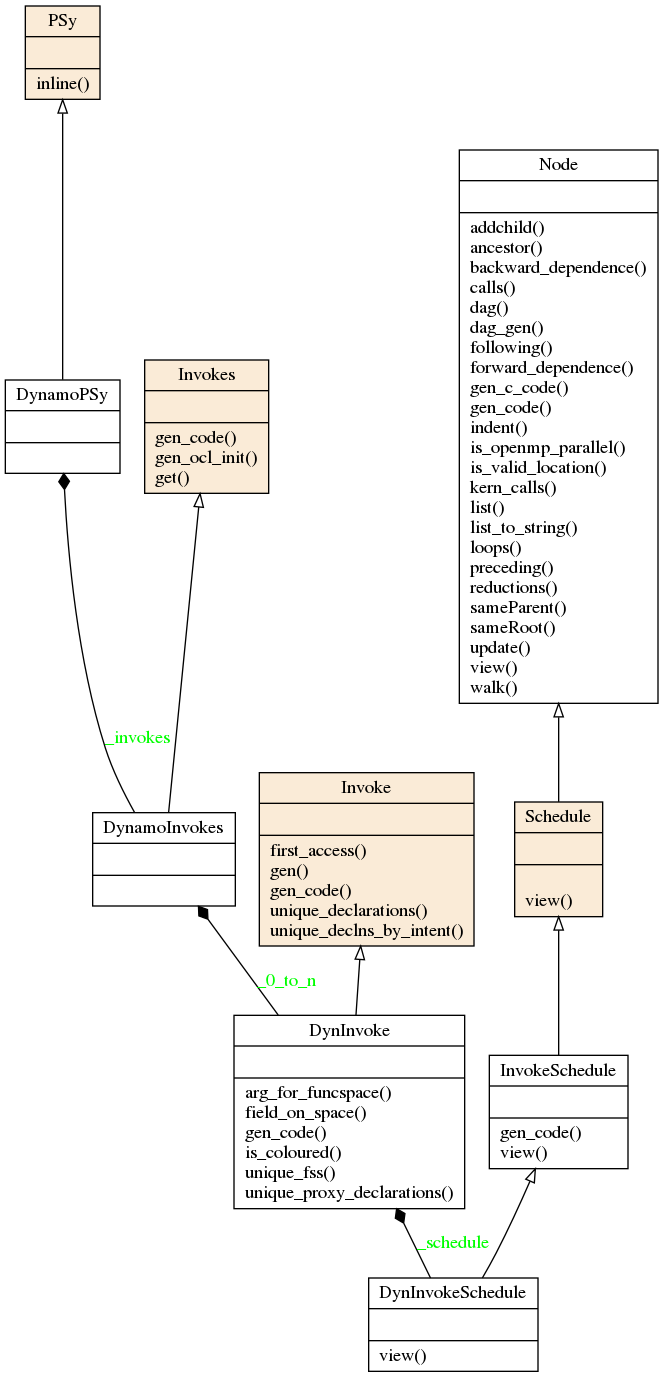
Earlier version of the Graphviz export doc/dynamo0p3_topclasses.png (stfc/PSyclone). Its source is kept beside it as doc/dynamo0p3_topclasses.dot.
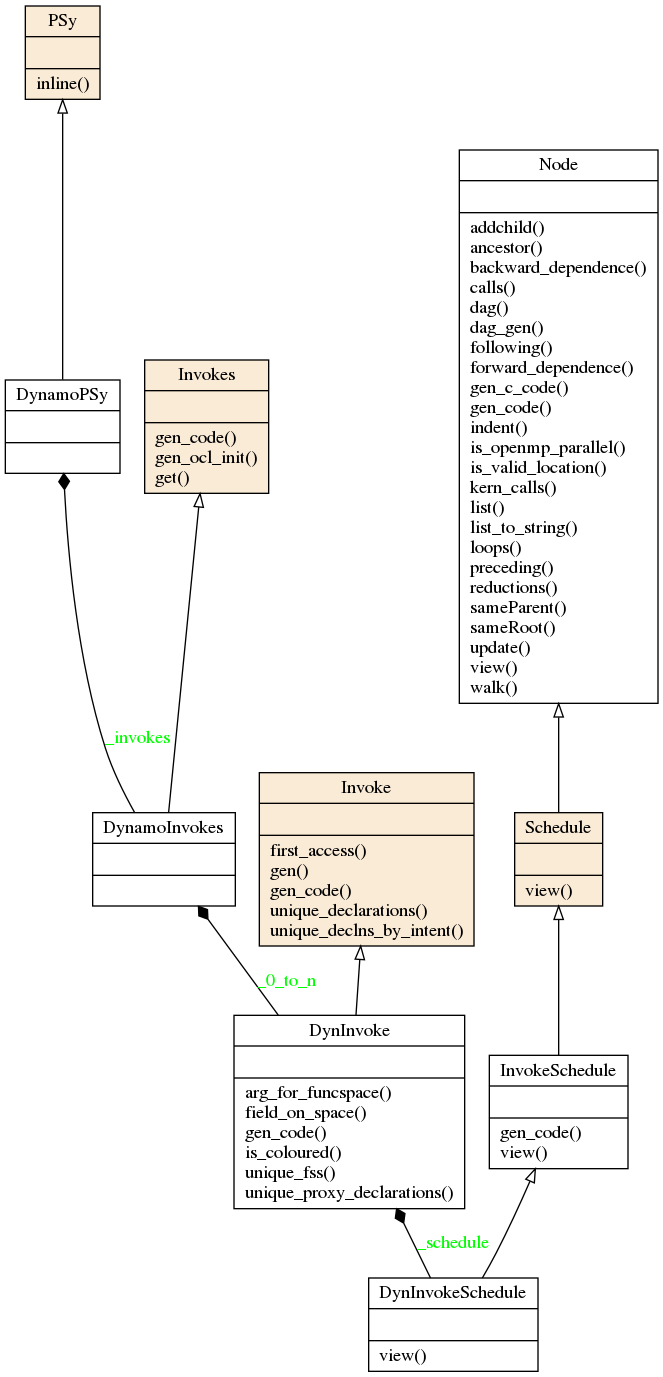
After the commit.

The edit, as a diff of the source:
```diff
@@ -2,25 +2,25 @@
 charset="utf-8"
 rankdir=BT
 
-"12" [label="{DynInvoke|\l|arg_for_funcspace()\lfield_on_space()\lgen_code()\lis_coloured()\lunique_fss()\lunique_proxy_declarations()\l}", shape="record"];
-"16" [label="{DynInvokeSchedule|\l|view()\l}", shape="record"];
-"26" [label="{DynamoInvokes|\l|}", shape="record"];
-"27" [label="{DynamoPSy|\l|}", shape="record"];
-"36" [label="{Invoke|\l|first_access()\lgen()\lgen_code()\lunique_declarations()\lunique_declns_by_intent()\l}", shape="record", style=filled, fillcolor="antiquewhite"];
-"37" [label="{InvokeSchedule|\l|gen_code()\lview()\l}", shape="record"];
-"38" [label="{Invokes|\l|gen_code()\lgen_ocl_init()\lget()\l}", shape="record", style=filled, fillcolor="antiquewhite"];
-"45" [label="{Node|\l|addchild()\lancestor()\lbackward_dependence()\lcalls()\ldag()\ldag_gen()\lfollowing()\lforward_dependence()\lgen_c_code()\lgen_code()\lindent()\lis_openmp_parallel()\lis_valid_location()\lkern_calls()\llist()\llist_to_string()\lloops()\lpreceding()\lreductions()\lsameParent()\lsameRoot()\lupdate()\lview()\lwalk()\l}", shape="record"];
-"46" [label="{PSy|\l|inline()\l}", shape="record", style=filled, fillcolor="antiquewhite"];
-"47" [label="{Schedule|\l|\lview()\l}", shape="record", style=filled, fillcolor="antiquewhite"];
+"20" [label="{DynInvoke|\l|arg_for_funcspace()\lfield_on_space()\lgen_code()\lis_coloured()\lunique_fss()\lunique_proxy_declarations()\l}", shape="record"];
+"21" [label="{DynInvokeSchedule|\l|view()\l}", shape="record"];
+"35" [label="{DynamoInvokes|\l|}", shape="record"];
+"36" [label="{DynamoPSy|\l|}", shape="record"];
+"45" [label="{Invoke|\l|first_access()\lgen()\lgen_code()\lunique_declarations()\lunique_declns_by_intent()\l}", shape="record", style=filled, fillcolor="antiquewhite"];
+"46" [label="{InvokeSchedule|\l|gen_code()\lview()\l}", shape="record"];
+"47" [label="{Invokes|\l|gen_code()\lgen_ocl_init()\lget()\l}", shape="record", style=filled, fillcolor="antiquewhite"];
+"54" [label="{Node|\l|addchild()\lancestor()\lbackward_dependence()\lcalls()\ldag()\ldag_gen()\lfollowing()\lforward_dependence()\lgen_c_code()\lgen_code()\lindent()\lis_openmp_parallel()\lis_valid_location()\lkern_calls()\llist()\llist_to_string()\lloops()\lpreceding()\lreductions()\lsameParent()\lsameRoot()\lupdate()\lview()\lwalk()\l}", shape="record"];
+"55" [label="{PSy|\l|inline()\l}", shape="record", style=filled, fillcolor="antiquewhite"];
+"56" [label="{Schedule|\l|view()\l}", shape="record", style=filled, fillcolor="antiquewhite"];
 
-"12" -> "36" [arrowhead="empty", arrowtail="none"];
-"12" -> "26" [arrowhead="diamond", arrowtail="none", fontcolor="green", label="_0_to_n", style="solid"];
-"16" -> "37" [arrowhead="empty", arrowtail="none"];
-"16" -> "12" [arrowhead="diamond", arrowtail="none", fontcolor="green", label="_schedule", style="solid"];
-"26" -> "38" [arrowhead="empty", arrowtail="none"];
-"26" -> "27" [arrowhead="diamond", arrowtail="none", fontcolor="green", label="_invokes", style="solid"];
-"27" -> "46" [arrowhead="empty", arrowtail="none"];
-"37" -> "47" [arrowhead="empty", arrowtail="none"];
-"47" -> "45" [arrowhead="empty", arrowtail="none"];
+"20" -> "45" [arrowhead="empty", arrowtail="none"];
+"20" -> "35" [arrowhead="diamond", arrowtail="none", fontcolor="green", label="_0_to_n", style="solid"];
+"21" -> "46" [arrowhead="empty", arrowtail="none"];
+"21" -> "20" [arrowhead="diamond", arrowtail="none", fontcolor="green", label="_schedule", style="solid"];
+"35" -> "47" [arrowhead="empty", arrowtail="none"];
+"35" -> "36" [arrowhead="diamond", arrowtail="none", fontcolor="green", label="_invokes", style="solid"];
+"36" -> "55" [arrowhead="empty", arrowtail="none"];
+"46" -> "56" [arrowhead="empty", arrowtail="none"];
+"56" -> "54" [arrowhead="empty", arrowtail="none"];
 
 }
```
